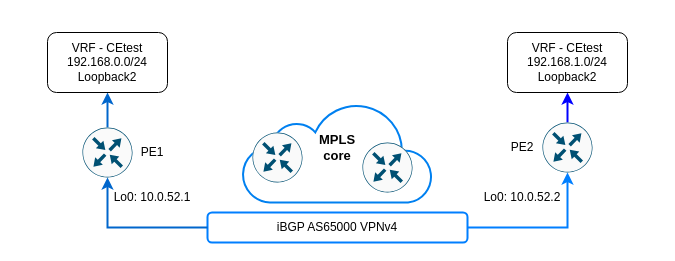
Above: page "PE-PE L3VPN over MPLS core + CEtest VRF" (6 of 6) of eve-ng-labs/001-ISP-MPLS-Lab/ISP-MPLS-Lab-Diagram.drawio in roxron/networking-labs (draw.io), before the change. Source tidied: cells renumbered, new cells numbered last; positions are measured from the earlier drawing's top-left corner, leaving out a move shared by most shapes. Both pictures are drawn from the tidied source at 100%, with x=0, y=0 at pixel (47, 32).
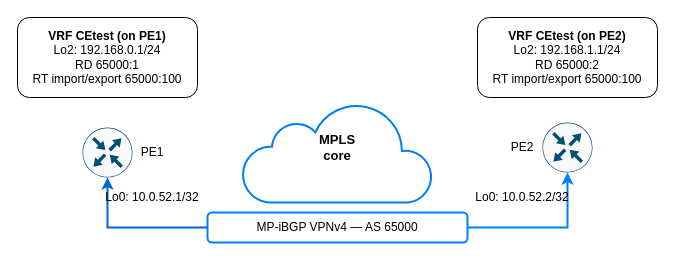
Above is the later version.

Commit message:
Clarify MPLS VPN diagram topology and VRF details

What changed in the source:
```diff
@@
 <mxGraphModel>
   <root>
     <mxCell id="0" />
     <mxCell id="1" parent="0" />
     <mxCell id="2" style="html=1;verticalLabelPosition=bottom;align=center;labelBackgroundColor=#ffffff;verticalAlign=top;strokeWidth=2;strokeColor=#0080F0;shadow=0;dashed=0;shape=mxgraph.ios7.icons.cloud;" parent="1" vertex="1">
       <mxGeometry x="195" y="70" width="190" height="100" as="geometry" />
     </mxCell>
-    <mxCell id="3" style="sketch=0;verticalLabelPosition=bottom;html=1;verticalAlign=top;align=center;shape=mxgraph.cisco19.rect;prIcon=router;fillColor=#FAFAFA;strokeColor=#005073;" parent="1" vertex="1">
-      <mxGeometry x="205" y="100" width="50" height="50" as="geometry" />
-    </mxCell>
-    <mxCell id="4" style="sketch=0;verticalLabelPosition=bottom;html=1;verticalAlign=top;align=center;shape=mxgraph.cisco19.rect;prIcon=router;fillColor=#FAFAFA;strokeColor=#005073;" parent="1" vertex="1">
-      <mxGeometry x="315" y="110" width="50" height="50" as="geometry" />
-    </mxCell>
-    <mxCell id="5" value="iBGP AS65000 VPNv4" style="rounded=1;whiteSpace=wrap;html=1;strokeWidth=2;strokeColor=light-dark(#007FFF,#EDEDED);" parent="1" vertex="1">
+    <mxCell id="5" value="MP-iBGP VPNv4 — AS 65000" style="rounded=1;whiteSpace=wrap;html=1;strokeWidth=2;strokeColor=light-dark(#007FFF,#EDEDED);" parent="1" vertex="1">
       <mxGeometry x="160" y="180" width="260" height="30" as="geometry" />
     </mxCell>
     <mxCell id="6" value="&lt;font style=&quot;font-size: 13px;&quot;&gt;&lt;b&gt;MPLS core&lt;/b&gt;&lt;/font&gt;" style="text;html=1;whiteSpace=wrap;strokeColor=none;fillColor=none;align=center;verticalAlign=middle;rounded=0;" parent="1" vertex="1">
       <mxGeometry x="260" y="100" width="60" height="30" as="geometry" />
     </mxCell>
-    <mxCell id="7" style="edgeStyle=orthogonalEdgeStyle;rounded=0;jettySize=auto;html=1;exitX=0.5;exitY=0;exitDx=0;exitDy=0;exitPerimeter=0;entryX=0.5;entryY=1;entryDx=0;entryDy=0;fontSize=12;strokeWidth=2;strokeColor=#0066CC;" parent="1" edge="1" source="8" target="17">
-      <mxGeometry relative="1" as="geometry" />
-    </mxCell>
     <mxCell id="8" style="sketch=0;points=[[0.5,0,0],[1,0.5,0],[0.5,1,0],[0,0.5,0],[0.145,0.145,0],[0.8555,0.145,0],[0.855,0.8555,0],[0.145,0.855,0]];verticalLabelPosition=bottom;html=1;verticalAlign=top;align=center;shape=mxgraph.cisco19.rect;prIcon=router;fillColor=#FAFAFA;strokeColor=#005073;" parent="1" vertex="1">
       <mxGeometry x="35" y="95" width="50" height="50" as="geometry" />
     </mxCell>
-    <mxCell id="9" style="edgeStyle=orthogonalEdgeStyle;rounded=0;jettySize=auto;html=1;exitX=0.5;exitY=0;exitDx=0;exitDy=0;exitPerimeter=0;entryX=0.5;entryY=1;entryDx=0;entryDy=0;strokeColor=#0000FF;strokeWidth=2;" parent="1" edge="1" source="10" target="18">
-      <mxGeometry relative="1" as="geometry" />
-    </mxCell>
     <mxCell id="10" style="sketch=0;points=[[0.5,0,0],[1,0.5,0],[0.5,1,0],[0,0.5,0],[0.145,0.145,0],[0.8555,0.145,0],[0.855,0.8555,0],[0.145,0.855,0]];verticalLabelPosition=bottom;html=1;verticalAlign=top;align=center;shape=mxgraph.cisco19.rect;prIcon=router;fillColor=#FAFAFA;strokeColor=#005073;" parent="1" vertex="1">
       <mxGeometry x="495" y="90" width="50" height="50" as="geometry" />
     </mxCell>
     <mxCell id="11" style="edgeStyle=orthogonalEdgeStyle;rounded=0;jettySize=auto;html=1;exitX=0;exitY=0.5;exitDx=0;exitDy=0;entryX=0.5;entryY=1;entryDx=0;entryDy=0;entryPerimeter=0;strokeWidth=2;strokeColor=#0066CC;" parent="1" edge="1" source="5" target="8">
       <mxGeometry relative="1" as="geometry" />
     </mxCell>
     <mxCell id="12" style="edgeStyle=orthogonalEdgeStyle;rounded=0;jettySize=auto;html=1;exitX=1;exitY=0.5;exitDx=0;exitDy=0;entryX=0.5;entryY=1;entryDx=0;entryDy=0;entryPerimeter=0;strokeColor=#007FFF;strokeWidth=2;" parent="1" edge="1" source="5" target="10">
       <mxGeometry relative="1" as="geometry" />
     </mxCell>
     <mxCell id="13" value="PE1" style="text;html=1;whiteSpace=wrap;strokeColor=none;fillColor=none;align=center;verticalAlign=middle;rounded=0;" parent="1" vertex="1">
       <mxGeometry x="75" y="105" width="60" height="30" as="geometry" />
     </mxCell>
     <mxCell id="14" value="PE2" style="text;html=1;whiteSpace=wrap;strokeColor=none;fillColor=none;align=center;verticalAlign=middle;rounded=0;" parent="1" vertex="1">
       <mxGeometry x="445" y="100" width="60" height="30" as="geometry" />
     </mxCell>
-    <mxCell id="15" value="Lo0: 10.0.52.1" style="text;html=1;whiteSpace=wrap;strokeColor=none;fillColor=none;align=center;verticalAlign=middle;rounded=0;" parent="1" vertex="1">
+    <mxCell id="15" value="Lo0: 10.0.52.1/32" style="text;html=1;whiteSpace=wrap;strokeColor=none;fillColor=none;align=center;verticalAlign=middle;rounded=0;" parent="1" vertex="1">
       <mxGeometry x="45" y="150" width="120" height="30" as="geometry" />
     </mxCell>
-    <mxCell id="16" value="Lo0: 10.0.52.2" style="text;html=1;whiteSpace=wrap;strokeColor=none;fillColor=none;align=center;verticalAlign=middle;rounded=0;" parent="1" vertex="1">
+    <mxCell id="16" value="Lo0: 10.0.52.2/32" style="text;html=1;whiteSpace=wrap;strokeColor=none;fillColor=none;align=center;verticalAlign=middle;rounded=0;" parent="1" vertex="1">
       <mxGeometry x="415" y="150" width="120" height="30" as="geometry" />
     </mxCell>
-    <mxCell id="17" value="VRF - CEtest&lt;div&gt;192.168.0.0/24&lt;/div&gt;&lt;div&gt;Loopback2&lt;/div&gt;" style="rounded=1;whiteSpace=wrap;html=1;" parent="1" vertex="1">
-      <mxGeometry width="120" height="60" as="geometry" />
+    <mxCell id="17" value="&lt;b&gt;VRF CEtest (on PE1)&lt;/b&gt;&lt;div&gt;Lo2: 192.168.0.1/24&lt;/div&gt;&lt;div&gt;RD 65000:1&lt;/div&gt;&lt;div&gt;RT import/export 65000:100&lt;/div&gt;" style="rounded=1;whiteSpace=wrap;html=1;" parent="1" vertex="1">
+      <mxGeometry x="-30" y="-15" width="180" height="80" as="geometry" />
     </mxCell>
-    <mxCell id="18" value="VRF - CEtest&lt;div&gt;192.168.1.0/24&lt;/div&gt;&lt;div&gt;Loopback2&lt;/div&gt;" style="rounded=1;whiteSpace=wrap;html=1;" parent="1" vertex="1">
-      <mxGeometry x="460" width="120" height="60" as="geometry" />
+    <mxCell id="18" value="&lt;b&gt;VRF CEtest (on PE2)&lt;/b&gt;&lt;div&gt;Lo2: 192.168.1.1/24&lt;/div&gt;&lt;div&gt;RD 65000:2&lt;/div&gt;&lt;div&gt;RT import/export 65000:100&lt;/div&gt;" style="rounded=1;whiteSpace=wrap;html=1;" parent="1" vertex="1">
+      <mxGeometry x="430" y="-15" width="180" height="80" as="geometry" />
     </mxCell>
   </root>
 </mxGraphModel>
```
